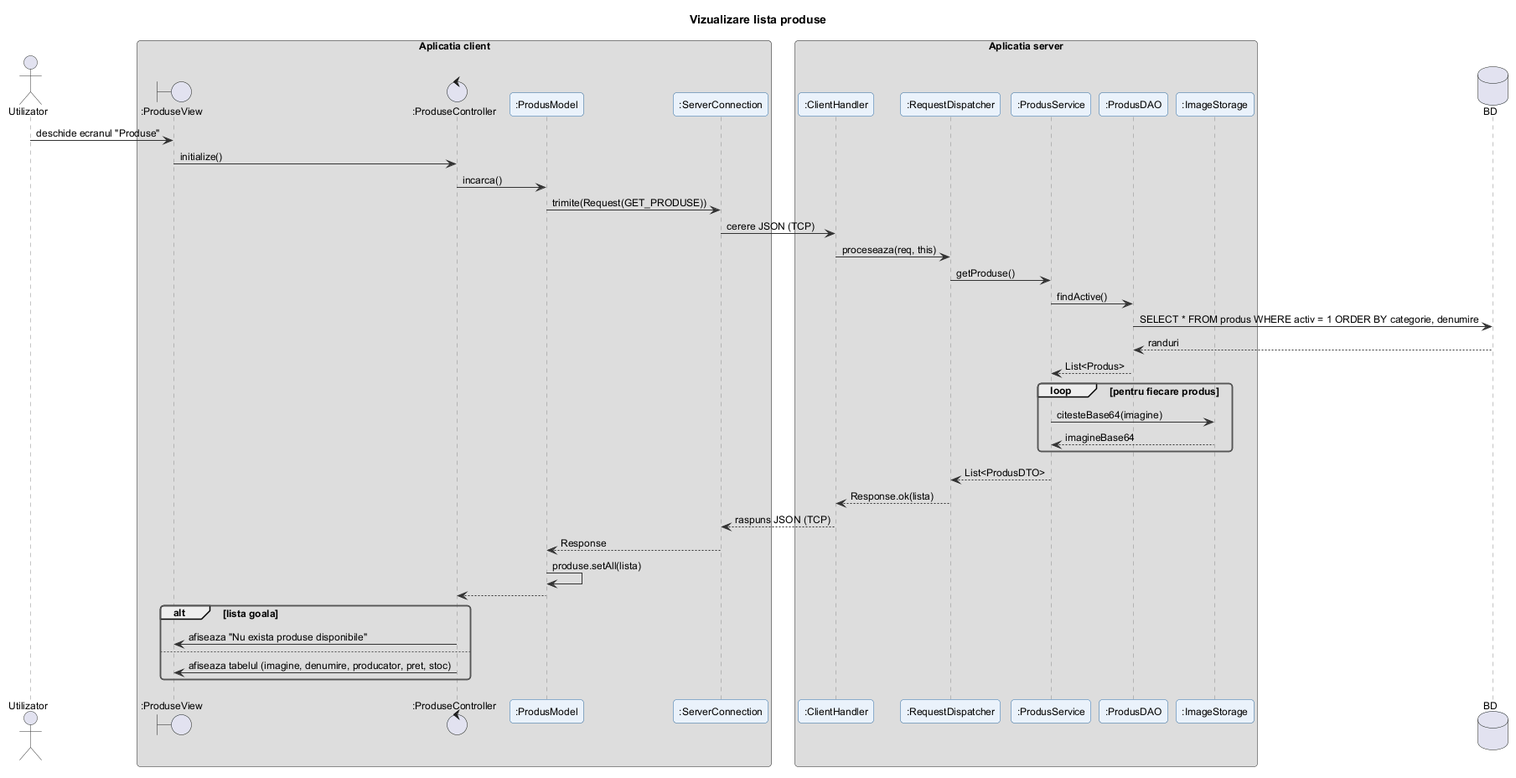
This is docs/diagrame/6_secventa/vizualizare_lista_produse.png from filip-eanu/ProiectIS, a PlantUML export, as it was before one commit. Its diagram source:
```plantuml
@startuml vizualizare_lista_produse
!include ../_stil.iuml
title Vizualizare lista produse

actor Utilizator
box "Aplicatia client"
boundary ":ProduseView" as V
control ":ProduseController" as C
participant ":ProdusModel" as M
participant ":ServerConnection" as SC
end box
box "Aplicatia server"
participant ":ClientHandler" as CH
participant ":RequestDispatcher" as RD
participant ":ProdusService" as S
participant ":ProdusDAO" as D
participant ":ImageStorage" as IS
end box
database "BD" as DB

Utilizator -> V : deschide ecranul "Produse"
V -> C : initialize()
C -> M : incarca()
M -> SC : trimite(Request(GET_PRODUSE))
SC -> CH : cerere JSON (TCP)
CH -> RD : proceseaza(req, this)
RD -> S : getProduse()
S -> D : findActive()
D -> DB : SELECT * FROM produs WHERE activ = 1 ORDER BY categorie, denumire
DB --> D : randuri
D --> S : List<Produs>
loop pentru fiecare produs
  S -> IS : citesteBase64(imagine)
  IS --> S : imagineBase64
end
S --> RD : List<ProdusDTO>
RD --> CH : Response.ok(lista)
CH --> SC : raspuns JSON (TCP)
SC --> M : Response
M -> M : produse.setAll(lista)
M --> C
alt lista goala
  C -> V : afiseaza "Nu exista produse disponibile"
else
  C -> V : afiseaza tabelul (imagine, denumire, producator, pret, stoc)
end
@enduml
```
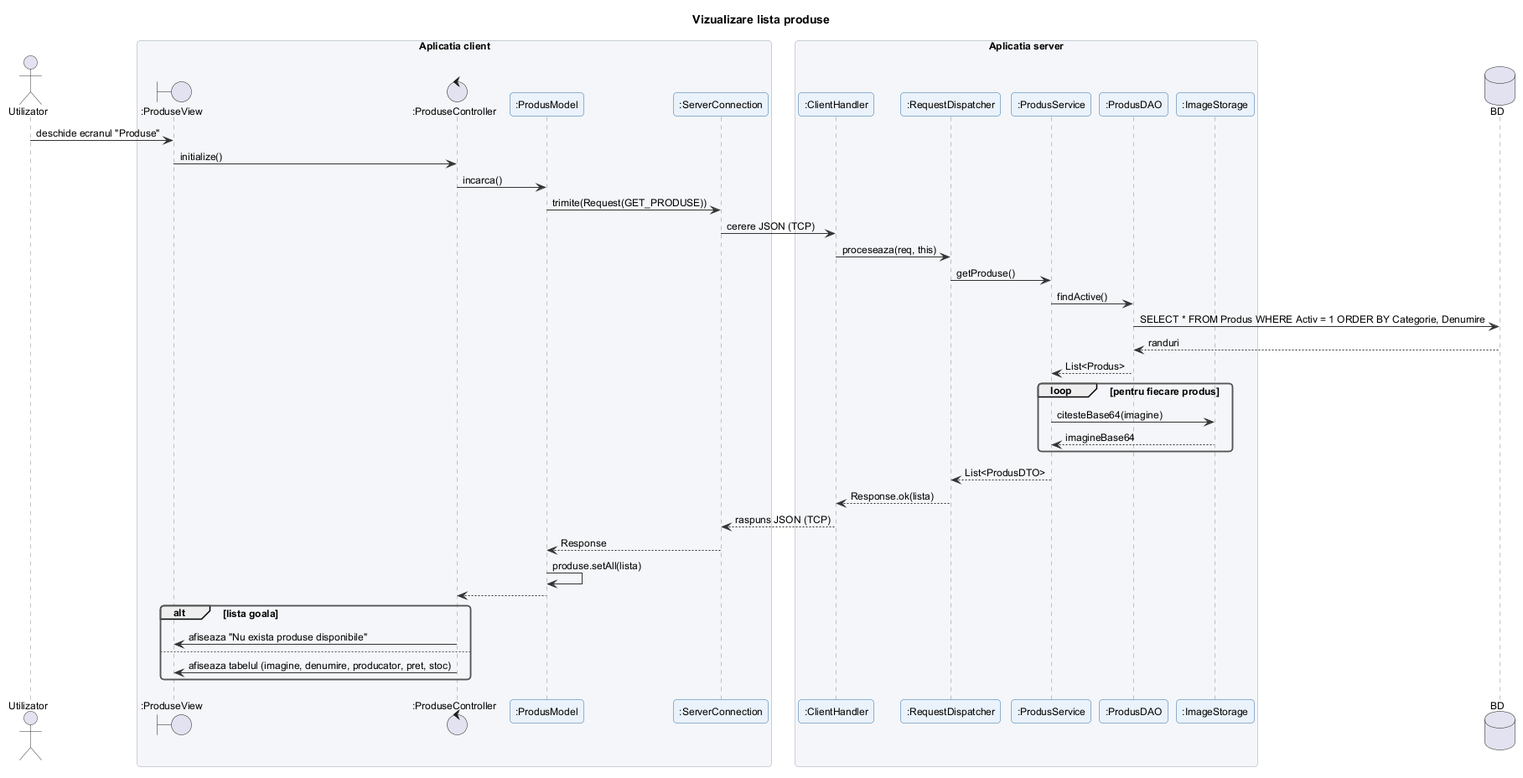
Later version of the same file.

Change to the diagram source:
```diff
@@ -26,7 +26,7 @@
 CH -> RD : proceseaza(req, this)
 RD -> S : getProduse()
 S -> D : findActive()
-D -> DB : SELECT * FROM produs WHERE activ = 1 ORDER BY categorie, denumire
+D -> DB : SELECT * FROM Produs WHERE Activ = 1 ORDER BY Categorie, Denumire
 DB --> D : randuri
 D --> S : List<Produs>
 loop pentru fiecare produs
```
